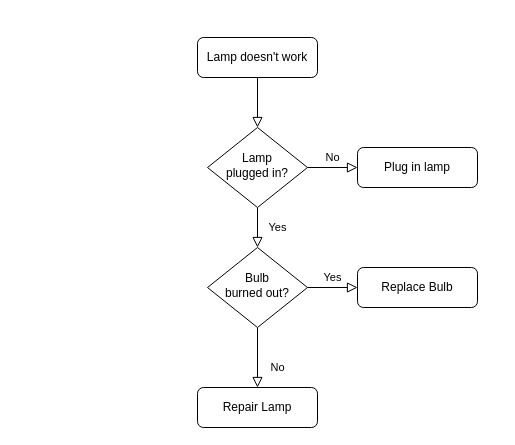
This is Untitled Diagram.drawio from ShirleyLiu-BCH/workflow, a draw.io file, before an edit. Source tidied: cells renumbered, new cells numbered last; positions are measured from the earlier drawing's top-left corner, leaving out a move shared by most shapes. Both pictures are drawn from the tidied source at 100%, with x=0, y=0 at pixel (197, 37).
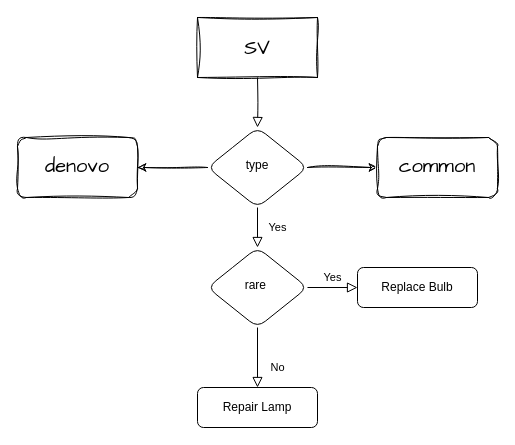
The same diagram, later.

Diff of the diagram source:
```diff
@@
 <mxGraphModel>
   <root>
     <mxCell id="0" />
     <mxCell id="1" parent="0" />
-    <mxCell id="2" style="rounded=0;html=1;jettySize=auto;fontSize=11;endArrow=block;endFill=0;endSize=8;strokeWidth=1;shadow=0;labelBackgroundColor=none;edgeStyle=orthogonalEdgeStyle;" parent="1" edge="1" source="3" target="6">
-      <mxGeometry relative="1" as="geometry" />
+    <mxCell id="2" style="rounded=1;html=1;jettySize=auto;endArrow=block;endFill=0;endSize=8;strokeWidth=1;shadow=0;edgeStyle=orthogonalEdgeStyle;labelBackgroundColor=none;fontColor=default;" parent="1" edge="1" target="6">
+      <mxGeometry relative="1" as="geometry">
+        <mxPoint x="60" y="40" as="sourcePoint" />
+      </mxGeometry>
     </mxCell>
-    <mxCell id="3" value="Lamp doesn't work" style="rounded=1;whiteSpace=wrap;html=1;fontSize=12;glass=0;strokeWidth=1;shadow=0;" parent="1" vertex="1">
-      <mxGeometry width="120" height="40" as="geometry" />
-    </mxCell>
-    <mxCell id="4" value="Yes" style="rounded=0;html=1;jettySize=auto;fontSize=11;endArrow=block;endFill=0;endSize=8;strokeWidth=1;shadow=0;labelBackgroundColor=none;edgeStyle=orthogonalEdgeStyle;" parent="1" edge="1" source="6" target="10">
+    <mxCell id="4" value="Yes" style="rounded=1;html=1;jettySize=auto;endArrow=block;endFill=0;endSize=8;strokeWidth=1;shadow=0;edgeStyle=orthogonalEdgeStyle;labelBackgroundColor=none;fontColor=default;" parent="1" edge="1" source="6" target="10">
       <mxGeometry y="20" relative="1" as="geometry" />
     </mxCell>
-    <mxCell id="5" value="No" style="edgeStyle=orthogonalEdgeStyle;rounded=0;html=1;jettySize=auto;fontSize=11;endArrow=block;endFill=0;endSize=8;strokeWidth=1;shadow=0;labelBackgroundColor=none;" parent="1" edge="1" source="6" target="7">
-      <mxGeometry y="10" relative="1" as="geometry" />
-    </mxCell>
+    <mxCell id="13" style="edgeStyle=orthogonalEdgeStyle;rounded=0;sketch=1;hachureGap=4;jiggle=2;curveFitting=1;jettySize=auto;html=1;fontFamily=Architects Daughter;fontSize=16;" parent="1" edge="1" source="6" target="15">
+      <mxGeometry relative="1" as="geometry" />
+    </mxCell>
+    <mxCell id="14" style="edgeStyle=orthogonalEdgeStyle;rounded=0;sketch=1;hachureGap=4;jiggle=2;curveFitting=1;jettySize=auto;html=1;fontFamily=Architects Daughter;fontSize=16;" parent="1" edge="1" source="6" target="17">
+      <mxGeometry relative="1" as="geometry" />
+    </mxCell>
-    <mxCell id="6" value="Lamp&lt;br&gt;plugged in?" style="rhombus;whiteSpace=wrap;html=1;shadow=0;fontFamily=Helvetica;fontSize=12;align=center;strokeWidth=1;spacing=6;spacingTop=-4;" parent="1" vertex="1">
+    <mxCell id="6" value="type" style="rhombus;whiteSpace=wrap;html=1;shadow=0;align=center;strokeWidth=1;spacing=6;spacingTop=-4;rounded=1;labelBackgroundColor=none;" parent="1" vertex="1">
       <mxGeometry x="10" y="90" width="100" height="80" as="geometry" />
     </mxCell>
-    <mxCell id="7" value="Plug in lamp" style="rounded=1;whiteSpace=wrap;html=1;fontSize=12;glass=0;strokeWidth=1;shadow=0;" parent="1" vertex="1">
-      <mxGeometry x="160" y="110" width="120" height="40" as="geometry" />
-    </mxCell>
-    <mxCell id="8" value="No" style="rounded=0;html=1;jettySize=auto;fontSize=11;endArrow=block;endFill=0;endSize=8;strokeWidth=1;shadow=0;labelBackgroundColor=none;edgeStyle=orthogonalEdgeStyle;" parent="1" edge="1" source="10" target="11">
+    <mxCell id="8" value="No" style="rounded=1;html=1;jettySize=auto;endArrow=block;endFill=0;endSize=8;strokeWidth=1;shadow=0;edgeStyle=orthogonalEdgeStyle;labelBackgroundColor=none;fontColor=default;" parent="1" edge="1" source="10" target="11">
       <mxGeometry x="0.33" y="20" relative="1" as="geometry" />
     </mxCell>
-    <mxCell id="9" value="Yes" style="edgeStyle=orthogonalEdgeStyle;rounded=0;html=1;jettySize=auto;fontSize=11;endArrow=block;endFill=0;endSize=8;strokeWidth=1;shadow=0;labelBackgroundColor=none;" parent="1" edge="1" source="10" target="12">
+    <mxCell id="9" value="Yes" style="edgeStyle=orthogonalEdgeStyle;rounded=1;html=1;jettySize=auto;endArrow=block;endFill=0;endSize=8;strokeWidth=1;shadow=0;labelBackgroundColor=none;fontColor=default;" parent="1" edge="1" source="10" target="12">
       <mxGeometry y="10" relative="1" as="geometry" />
     </mxCell>
-    <mxCell id="10" value="Bulb&lt;br&gt;burned out?" style="rhombus;whiteSpace=wrap;html=1;shadow=0;fontFamily=Helvetica;fontSize=12;align=center;strokeWidth=1;spacing=6;spacingTop=-4;" parent="1" vertex="1">
+    <mxCell id="10" value="rare&amp;nbsp;" style="rhombus;whiteSpace=wrap;html=1;shadow=0;align=center;strokeWidth=1;spacing=6;spacingTop=-4;rounded=1;labelBackgroundColor=none;" parent="1" vertex="1">
       <mxGeometry x="10" y="210" width="100" height="80" as="geometry" />
     </mxCell>
-    <mxCell id="11" value="Repair Lamp" style="rounded=1;whiteSpace=wrap;html=1;fontSize=12;glass=0;strokeWidth=1;shadow=0;" parent="1" vertex="1">
+    <mxCell id="11" value="Repair Lamp" style="rounded=1;whiteSpace=wrap;html=1;glass=0;strokeWidth=1;shadow=0;labelBackgroundColor=none;" parent="1" vertex="1">
       <mxGeometry y="350" width="120" height="40" as="geometry" />
     </mxCell>
-    <mxCell id="12" value="Replace Bulb" style="rounded=1;whiteSpace=wrap;html=1;fontSize=12;glass=0;strokeWidth=1;shadow=0;" parent="1" vertex="1">
+    <mxCell id="12" value="Replace Bulb" style="rounded=1;whiteSpace=wrap;html=1;glass=0;strokeWidth=1;shadow=0;labelBackgroundColor=none;" parent="1" vertex="1">
       <mxGeometry x="160" y="230" width="120" height="40" as="geometry" />
     </mxCell>
+    <mxCell id="15" value="denovo" style="whiteSpace=wrap;html=1;shadow=0;strokeWidth=1;spacing=6;spacingTop=-4;rounded=1;labelBackgroundColor=none;sketch=1;hachureGap=4;jiggle=2;curveFitting=1;fontFamily=Architects Daughter;fontSize=20;" parent="1" vertex="1">
+      <mxGeometry x="-180" y="100" width="120" height="60" as="geometry" />
+    </mxCell>
+    <mxCell id="16" value="SV" style="rounded=0;whiteSpace=wrap;html=1;sketch=1;hachureGap=4;jiggle=2;curveFitting=1;fontFamily=Architects Daughter;fontSize=20;" parent="1" vertex="1">
+      <mxGeometry y="-20" width="120" height="60" as="geometry" />
+    </mxCell>
+    <mxCell id="17" value="common" style="whiteSpace=wrap;html=1;shadow=0;strokeWidth=1;spacing=6;spacingTop=-4;rounded=1;labelBackgroundColor=none;sketch=1;hachureGap=4;jiggle=2;curveFitting=1;fontFamily=Architects Daughter;fontSize=20;" parent="1" vertex="1">
+      <mxGeometry x="180" y="100" width="120" height="60" as="geometry" />
+    </mxCell>
   </root>
 </mxGraphModel>
```
